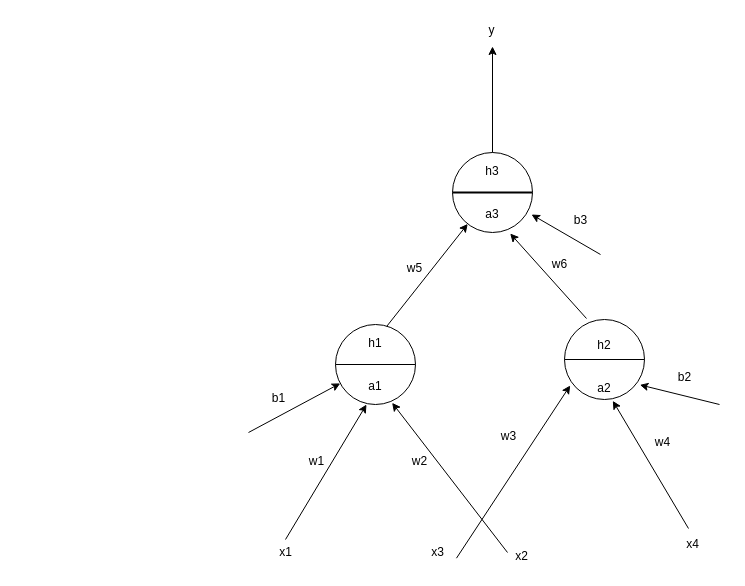
This is FF.drawio from Nasir499/FeedForward-Network, a draw.io file, before an edit. Source tidied: cells renumbered, new cells numbered last; positions are measured from the earlier drawing's top-left corner, leaving out a move shared by most shapes. Both pictures are drawn from the tidied source at 100%, with x=0, y=0 at pixel (248, 17).
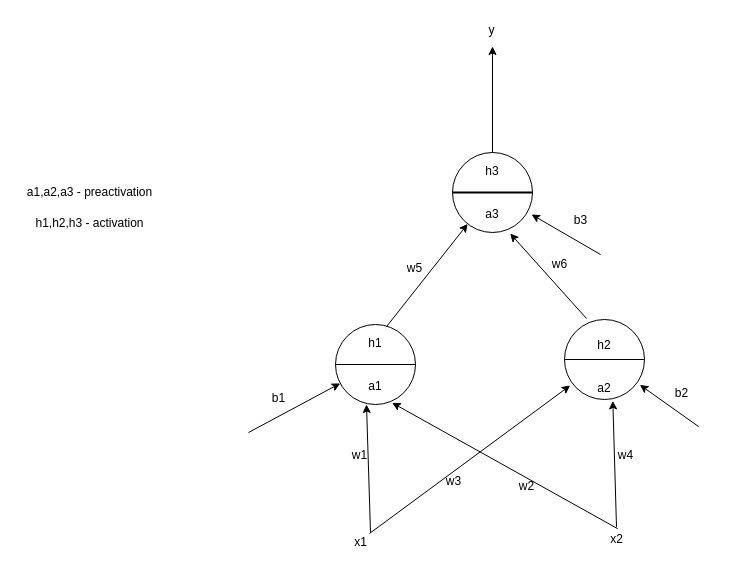
Above is the later version.

Commit message (it also covers changes not shown here):
Added Gradient descent for w1

Unchanged cells that the change refers to:
```xml
<mxCell id="2" value="&lt;div&gt;h1&lt;/div&gt;&lt;div&gt;&lt;br&gt;&lt;/div&gt;&lt;div&gt;&lt;br&gt;&lt;/div&gt;&lt;div&gt;a1&lt;/div&gt;" style="ellipse;whiteSpace=wrap;html=1;" parent="1" vertex="1">
  <mxGeometry x="87" y="307" width="80" height="80" as="geometry" />
</mxCell>
<mxCell id="3" value="&lt;div&gt;&lt;br&gt;&lt;/div&gt;&lt;div&gt;h2&lt;/div&gt;&lt;div&gt;&lt;br&gt;&lt;/div&gt;&lt;div&gt;&lt;br&gt;&lt;/div&gt;&lt;div&gt;a2&lt;/div&gt;" style="ellipse;whiteSpace=wrap;html=1;" parent="1" vertex="1">
  <mxGeometry x="316" y="302" width="80" height="80" as="geometry" />
</mxCell>
```

Change to the diagram source:
```diff
@@
-    <mxCell id="4" style="endArrow=classic;html=1;entryX=0.708;entryY=0.979;entryDx=0;entryDy=0;entryPerimeter=0;" parent="1" edge="1" target="2">
-      <mxGeometry relative="1" as="geometry">
-        <mxPoint x="259" y="535" as="sourcePoint" />
-      </mxGeometry>
+    <mxCell id="4" style="endArrow=classic;html=1;entryX=0.708;entryY=0.979;entryDx=0;entryDy=0;entryPerimeter=0;exitX=0.555;exitY=0.085;exitDx=0;exitDy=0;exitPerimeter=0;" parent="1" edge="1" source="31" target="2">
+      <mxGeometry relative="1" as="geometry" />
     </mxCell>
     <mxCell id="5" style="endArrow=classic;html=1;" parent="1" edge="1">
       <mxGeometry relative="1" as="geometry">
-        <mxPoint x="37" y="522" as="sourcePoint" />
+        <mxPoint x="122" y="515" as="sourcePoint" />
         <mxPoint x="118" y="387" as="targetPoint" />
       </mxGeometry>
     </mxCell>
-    <mxCell id="6" style="endArrow=classic;html=1;entryX=0.071;entryY=0.825;entryDx=0;entryDy=0;entryPerimeter=0;exitX=1.128;exitY=0.719;exitDx=0;exitDy=0;exitPerimeter=0;" parent="1" edge="1" source="17" target="3">
-      <mxGeometry relative="1" as="geometry" />
+    <mxCell id="6" style="endArrow=classic;html=1;entryX=0.071;entryY=0.825;entryDx=0;entryDy=0;entryPerimeter=0;" parent="1" edge="1" target="3">
+      <mxGeometry relative="1" as="geometry">
+        <mxPoint x="121" y="516" as="sourcePoint" />
+      </mxGeometry>
     </mxCell>
-    <mxCell id="7" style="endArrow=classic;html=1;entryX=0.604;entryY=1.017;entryDx=0;entryDy=0;entryPerimeter=0;" parent="1" edge="1" target="3">
-      <mxGeometry relative="1" as="geometry">
-        <mxPoint x="440" y="511" as="sourcePoint" />
-      </mxGeometry>
+    <mxCell id="7" style="endArrow=classic;html=1;entryX=0.604;entryY=1.017;entryDx=0;entryDy=0;entryPerimeter=0;exitX=0.516;exitY=0.015;exitDx=0;exitDy=0;exitPerimeter=0;" parent="1" edge="1" source="31" target="3">
+      <mxGeometry relative="1" as="geometry" />
     </mxCell>
@@
     <mxCell id="16" value="x1" style="text;html=1;align=center;verticalAlign=middle;strokeColor=none;fillColor=none;" parent="1" vertex="1">
-      <mxGeometry x="21" y="522" width="31" height="26" as="geometry" />
+      <mxGeometry x="96" y="512" width="31" height="26" as="geometry" />
     </mxCell>
-    <mxCell id="17" value="x3" style="text;html=1;align=center;verticalAlign=middle;points=[];strokeColor=none;fillColor=none;" parent="1" vertex="1">
-      <mxGeometry x="173" y="522" width="31" height="26" as="geometry" />
-    </mxCell>
-    <mxCell id="18" value="x4" style="text;html=1;align=center;verticalAlign=middle;strokeColor=none;fillColor=none;" parent="1" vertex="1">
-      <mxGeometry x="428" y="514" width="31" height="26" as="geometry" />
-    </mxCell>
     <mxCell id="19" value="w1" style="text;html=1;align=center;verticalAlign=middle;strokeColor=none;fillColor=none;" parent="1" vertex="1">
-      <mxGeometry x="51" y="431" width="33" height="26" as="geometry" />
+      <mxGeometry x="94" y="425" width="33" height="26" as="geometry" />
     </mxCell>
     <mxCell id="20" value="w2" style="text;html=1;align=center;verticalAlign=middle;strokeColor=none;fillColor=none;" parent="1" vertex="1">
-      <mxGeometry x="154" y="431" width="33" height="26" as="geometry" />
+      <mxGeometry x="261" y="456" width="33" height="26" as="geometry" />
     </mxCell>
     <mxCell id="21" value="w3" style="text;html=1;align=center;verticalAlign=middle;strokeColor=none;fillColor=none;" parent="1" vertex="1">
-      <mxGeometry x="243" y="406" width="33" height="26" as="geometry" />
+      <mxGeometry x="188" y="451" width="33" height="26" as="geometry" />
     </mxCell>
     <mxCell id="22" value="w4" style="text;html=1;align=center;verticalAlign=middle;strokeColor=none;fillColor=none;" parent="1" vertex="1">
-      <mxGeometry x="397" y="412" width="33" height="26" as="geometry" />
+      <mxGeometry x="360" y="425" width="33" height="26" as="geometry" />
     </mxCell>
@@
     <mxCell id="27" style="edgeStyle=none;jettySize=auto;html=1;entryX=0.942;entryY=0.817;entryDx=0;entryDy=0;entryPerimeter=0;" parent="1" edge="1" target="3">
       <mxGeometry relative="1" as="geometry">
-        <mxPoint x="471" y="387" as="sourcePoint" />
+        <mxPoint x="450" y="409" as="sourcePoint" />
       </mxGeometry>
     </mxCell>
     <mxCell id="28" value="b2" style="text;html=1;align=center;verticalAlign=middle;strokeColor=none;fillColor=none;" parent="1" vertex="1">
-      <mxGeometry x="420" y="347" width="31" height="26" as="geometry" />
+      <mxGeometry x="417" y="363" width="31" height="26" as="geometry" />
     </mxCell>
@@
     <mxCell id="31" value="x2" style="text;html=1;align=center;verticalAlign=middle;points=[];strokeColor=none;fillColor=none;" parent="1" vertex="1">
-      <mxGeometry x="257" y="526" width="31" height="26" as="geometry" />
+      <mxGeometry x="352" y="509" width="31" height="26" as="geometry" />
     </mxCell>
+    <mxCell id="32" value="a1,a2,a3 - preactivation&lt;div&gt;&lt;br&gt;&lt;/div&gt;" style="text;html=1;align=center;verticalAlign=middle;strokeColor=none;fillColor=none;" parent="1" vertex="1">
+      <mxGeometry x="-231" y="161" width="143" height="41" as="geometry" />
+    </mxCell>
+    <mxCell id="33" value="h1,h2,h3 - activation" style="text;html=1;align=center;verticalAlign=middle;strokeColor=none;fillColor=none;" parent="1" vertex="1">
+      <mxGeometry x="-222.5" y="193" width="126" height="26" as="geometry" />
+    </mxCell>
```
